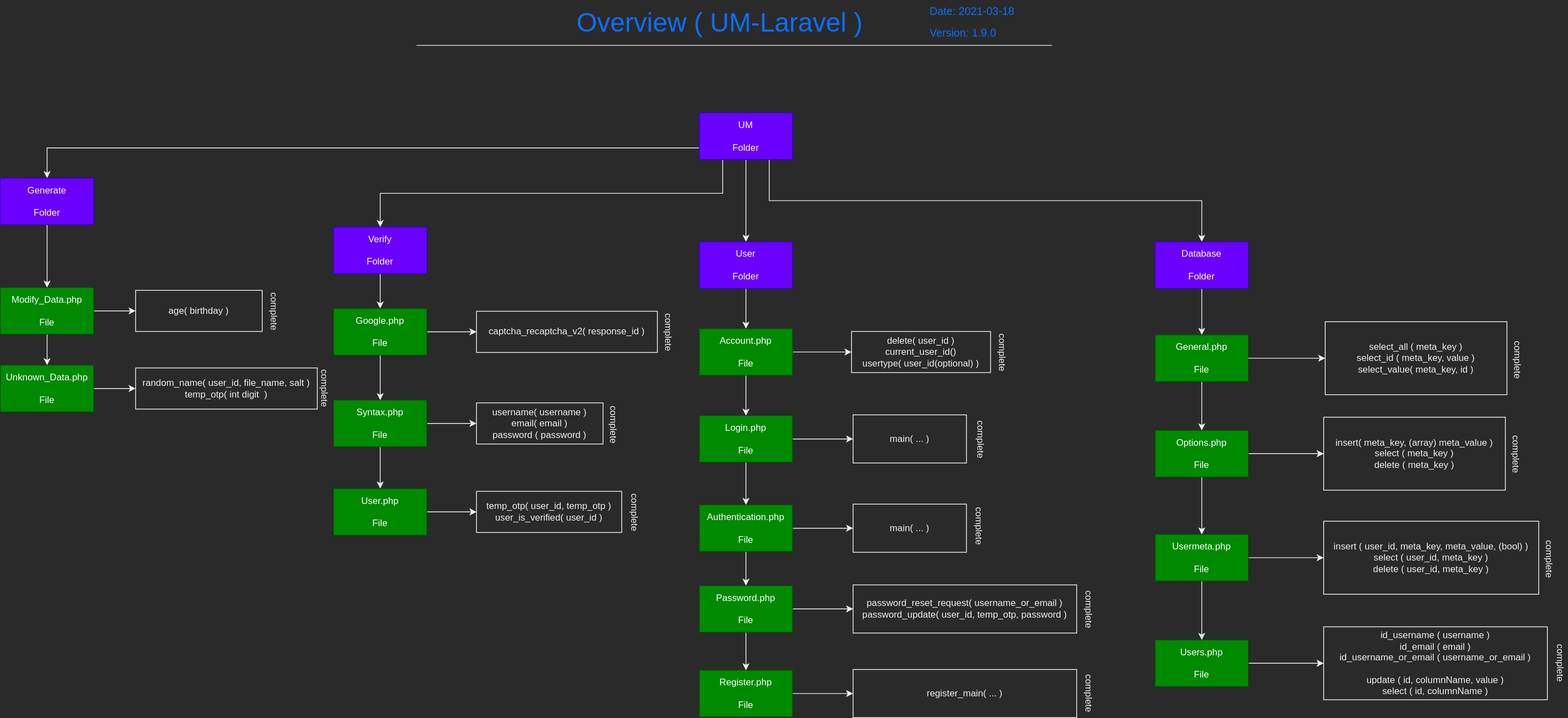
imithu/UM keeps this draw.io diagram as Docs/main-Main.svg. Above is the earlier version. Source tidied: cells renumbered, new cells last; positions are measured from the earlier drawing's top-left corner, leaving out a move shared by most shapes.
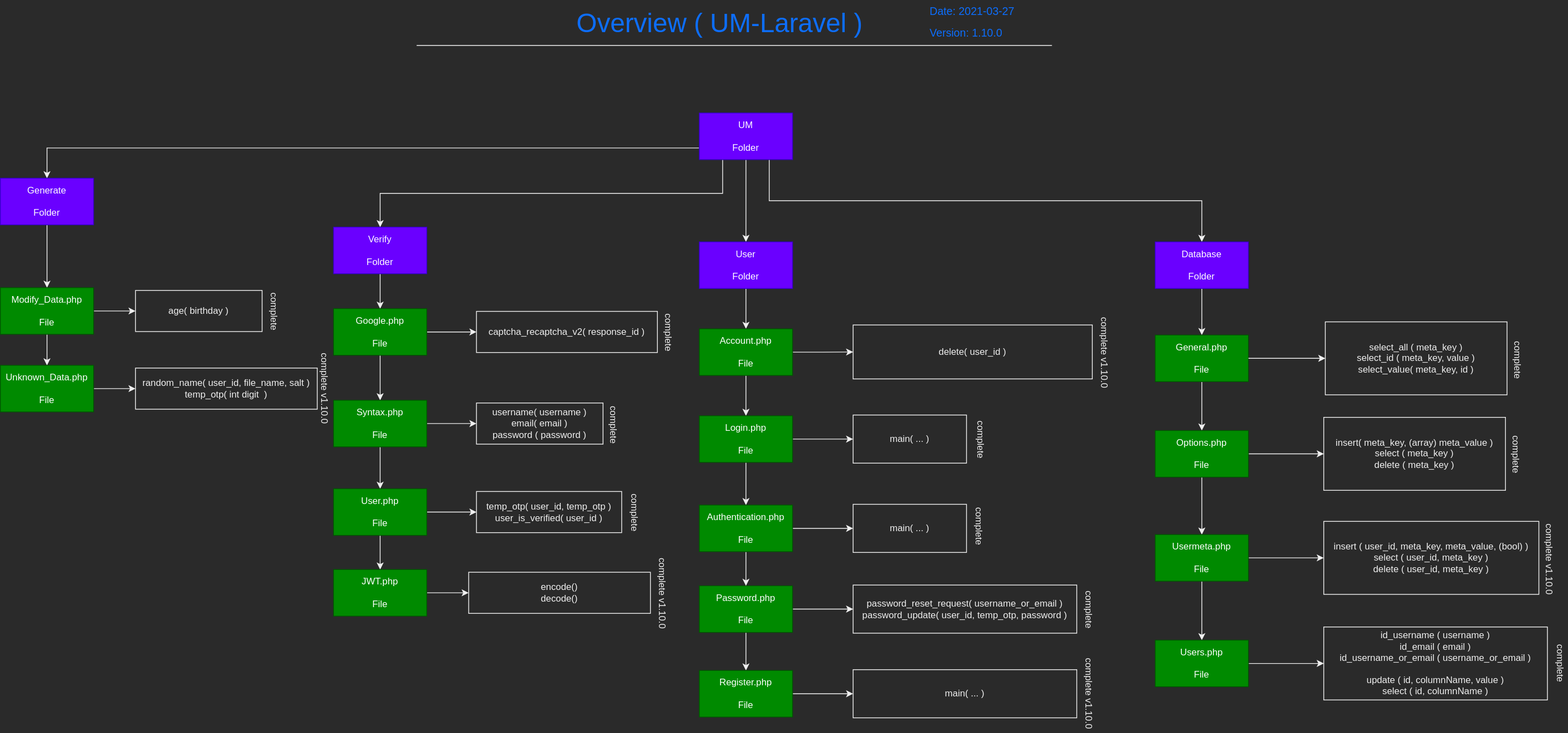
After the commit.

The edit, as a diff of the source:
```diff
@@ -8,7 +8,7 @@
     <mxCell id="3" value="Overview ( UM-Laravel )" style="text;html=1;strokeColor=none;fillColor=none;align=center;verticalAlign=middle;whiteSpace=wrap;labelBackgroundColor=none;fontSize=34;fontColor=#0d6efd;" parent="2" vertex="1">
       <mxGeometry x="194" y="1.5" width="393" height="55" as="geometry" />
     </mxCell>
-    <mxCell id="4" value="Date: 2021-03-18" style="text;html=1;strokeColor=none;fillColor=none;align=left;verticalAlign=middle;whiteSpace=wrap;labelBackgroundColor=none;fontSize=14;fontColor=#0d6efd;" parent="2" vertex="1">
+    <mxCell id="4" value="Date: 2021-03-27" style="text;html=1;strokeColor=none;fillColor=none;align=left;verticalAlign=middle;whiteSpace=wrap;labelBackgroundColor=none;fontSize=14;fontColor=#0d6efd;" parent="2" vertex="1">
       <mxGeometry x="659" y="1" width="147" height="25" as="geometry" />
     </mxCell>
     <mxCell id="5" style="endArrow=none;html=1;fontSize=14;fontColor=#0d6efd;" parent="2" edge="1">
@@ -17,7 +17,7 @@
         <mxPoint x="818" y="58" as="targetPoint" />
       </mxGeometry>
     </mxCell>
-    <mxCell id="6" value="Version: 1.9.0" style="text;html=1;strokeColor=none;fillColor=none;align=left;verticalAlign=middle;whiteSpace=wrap;labelBackgroundColor=none;fontSize=14;fontColor=#0d6efd;" parent="2" vertex="1">
+    <mxCell id="6" value="Version: 1.10.0" style="text;html=1;strokeColor=none;fillColor=none;align=left;verticalAlign=middle;whiteSpace=wrap;labelBackgroundColor=none;fontSize=14;fontColor=#0d6efd;" parent="2" vertex="1">
       <mxGeometry x="659" y="32" width="132" height="20" as="geometry" />
     </mxCell>
     <mxCell id="7" style="edgeStyle=orthogonalEdgeStyle;rounded=0;jettySize=auto;html=1;exitX=0.75;exitY=1;exitDx=0;exitDy=0;entryX=0.5;entryY=0;entryDx=0;entryDy=0;" parent="1" edge="1" source="11" target="13">
@@ -101,8 +101,8 @@
     <mxCell id="33" value="Account.php&lt;br&gt;&lt;br&gt;File" style="rounded=0;whiteSpace=wrap;html=1;fillColor=#008a00;strokeColor=#005700;fontColor=#ffffff;" parent="1" vertex="1">
       <mxGeometry x="900" y="423" width="120" height="60" as="geometry" />
     </mxCell>
-    <mxCell id="34" value="delete( user_id )&lt;br&gt;current_user_id()&lt;br&gt;usertype( user_id(optional) )" style="rounded=0;whiteSpace=wrap;html=1;" parent="1" vertex="1">
-      <mxGeometry x="1096" y="426.5" width="179" height="53" as="geometry" />
+    <mxCell id="34" value="delete( user_id )" style="rounded=0;whiteSpace=wrap;html=1;" parent="1" vertex="1">
+      <mxGeometry x="1098" y="418" width="308" height="69.5" as="geometry" />
     </mxCell>
     <mxCell id="35" style="edgeStyle=orthogonalEdgeStyle;rounded=0;jettySize=auto;html=1;exitX=1;exitY=0.5;exitDx=0;exitDy=0;" parent="1" edge="1" source="37" target="38">
       <mxGeometry relative="1" as="geometry" />
@@ -134,7 +134,7 @@
     <mxCell id="44" value="Register.php&lt;br&gt;&lt;br&gt;File" style="rounded=0;whiteSpace=wrap;html=1;fillColor=#008a00;strokeColor=#005700;fontColor=#ffffff;" parent="1" vertex="1">
       <mxGeometry x="900" y="863" width="120" height="60" as="geometry" />
     </mxCell>
-    <mxCell id="45" value="register_main( ... )" style="rounded=0;whiteSpace=wrap;html=1;" parent="1" vertex="1">
+    <mxCell id="45" value="main( ... )" style="rounded=0;whiteSpace=wrap;html=1;" parent="1" vertex="1">
       <mxGeometry x="1098" y="862" width="288" height="62" as="geometry" />
     </mxCell>
     <mxCell id="46" style="edgeStyle=orthogonalEdgeStyle;rounded=0;jettySize=auto;html=1;exitX=0.5;exitY=1;exitDx=0;exitDy=0;" parent="1" edge="1" source="47" target="50">
@@ -170,6 +170,9 @@
     <mxCell id="56" style="edgeStyle=orthogonalEdgeStyle;rounded=0;jettySize=auto;html=1;exitX=1;exitY=0.5;exitDx=0;exitDy=0;" parent="1" edge="1" source="57" target="58">
       <mxGeometry relative="1" as="geometry" />
     </mxCell>
+    <mxCell id="86" style="edgeStyle=orthogonalEdgeStyle;rounded=0;jettySize=auto;html=1;exitX=0.5;exitY=1;exitDx=0;exitDy=0;" parent="1" edge="1" source="57" target="88">
+      <mxGeometry relative="1" as="geometry" />
+    </mxCell>
     <mxCell id="57" value="User.php&lt;br&gt;&lt;br&gt;File" style="rounded=0;whiteSpace=wrap;html=1;fillColor=#008a00;strokeColor=#005700;fontColor=#ffffff;" parent="1" vertex="1">
       <mxGeometry x="429" y="629" width="120" height="60" as="geometry" />
     </mxCell>
@@ -221,17 +224,14 @@
     <mxCell id="73" value="complete" style="text;html=1;align=center;verticalAlign=middle;rotation=90;" parent="1" vertex="1">
       <mxGeometry x="1231" y="667.5" width="59" height="18" as="geometry" />
     </mxCell>
-    <mxCell id="74" value="complete" style="text;html=1;align=center;verticalAlign=middle;rotation=90;" parent="1" vertex="1">
-      <mxGeometry x="1261" y="444" width="59" height="18" as="geometry" />
-    </mxCell>
     <mxCell id="75" value="complete" style="text;html=1;align=center;verticalAlign=middle;rotation=90;" parent="1" vertex="1">
       <mxGeometry x="1372" y="775" width="59" height="18" as="geometry" />
     </mxCell>
     <mxCell id="76" value="complete" style="text;html=1;align=center;verticalAlign=middle;rotation=90;" parent="1" vertex="1">
       <mxGeometry x="787" y="650" width="59" height="18" as="geometry" />
     </mxCell>
-    <mxCell id="77" value="complete" style="text;html=1;align=center;verticalAlign=middle;rotation=90;" parent="1" vertex="1">
-      <mxGeometry x="1372" y="883" width="59" height="18" as="geometry" />
+    <mxCell id="77" value="complete v1.10.0" style="text;html=1;align=center;verticalAlign=middle;rotation=90;" parent="1" vertex="1">
+      <mxGeometry x="1351" y="883" width="101" height="18" as="geometry" />
     </mxCell>
     <mxCell id="78" value="complete" style="text;html=1;align=center;verticalAlign=middle;rotation=90;" parent="1" vertex="1">
       <mxGeometry x="323" y="391" width="59" height="18" as="geometry" />
@@ -239,8 +239,8 @@
     <mxCell id="79" value="complete" style="text;html=1;align=center;verticalAlign=middle;rotation=90;" parent="1" vertex="1">
       <mxGeometry x="760" y="537" width="59" height="18" as="geometry" />
     </mxCell>
-    <mxCell id="80" value="complete" style="text;html=1;align=center;verticalAlign=middle;rotation=90;" parent="1" vertex="1">
-      <mxGeometry x="388" y="490" width="59" height="18" as="geometry" />
+    <mxCell id="80" value="complete v1.10.0" style="text;html=1;align=center;verticalAlign=middle;rotation=90;" parent="1" vertex="1">
+      <mxGeometry x="367" y="490" width="101" height="18" as="geometry" />
     </mxCell>
     <mxCell id="81" value="complete" style="text;html=1;align=center;verticalAlign=middle;rotation=90;" parent="1" vertex="1">
       <mxGeometry x="1925" y="453.5" width="59" height="18" as="geometry" />
@@ -254,8 +254,23 @@
     <mxCell id="84" value="complete" style="text;html=1;align=center;verticalAlign=middle;rotation=90;" parent="1" vertex="1">
       <mxGeometry x="1979" y="844" width="59" height="18" as="geometry" />
     </mxCell>
-    <mxCell id="85" value="complete" style="text;html=1;align=center;verticalAlign=middle;rotation=90;" parent="1" vertex="1">
-      <mxGeometry x="1965" y="710" width="59" height="18" as="geometry" />
+    <mxCell id="85" value="complete v1.10.0" style="text;html=1;align=center;verticalAlign=middle;rotation=90;" parent="1" vertex="1">
+      <mxGeometry x="1944" y="710" width="101" height="18" as="geometry" />
     </mxCell>
+    <mxCell id="87" style="edgeStyle=orthogonalEdgeStyle;rounded=0;jettySize=auto;html=1;exitX=1;exitY=0.5;exitDx=0;exitDy=0;" parent="1" edge="1" source="88" target="89">
+      <mxGeometry relative="1" as="geometry" />
+    </mxCell>
+    <mxCell id="88" value="JWT.php&lt;br&gt;&lt;br&gt;File" style="rounded=0;whiteSpace=wrap;html=1;fillColor=#008a00;strokeColor=#005700;fontColor=#ffffff;" parent="1" vertex="1">
+      <mxGeometry x="429" y="733" width="120" height="60" as="geometry" />
+    </mxCell>
+    <mxCell id="89" value="encode()&lt;br&gt;decode()" style="rounded=0;whiteSpace=wrap;html=1;" parent="1" vertex="1">
+      <mxGeometry x="603" y="736.5" width="234" height="53" as="geometry" />
+    </mxCell>
+    <mxCell id="90" value="complete v1.10.0" style="text;html=1;align=center;verticalAlign=middle;rotation=90;" parent="1" vertex="1">
+      <mxGeometry x="1371" y="444" width="101" height="18" as="geometry" />
+    </mxCell>
+    <mxCell id="91" value="complete v1.10.0" style="text;html=1;align=center;verticalAlign=middle;rotation=90;" parent="1" vertex="1">
+      <mxGeometry x="802" y="754" width="101" height="18" as="geometry" />
+    </mxCell>
   </root>
 </mxGraphModel>
```
